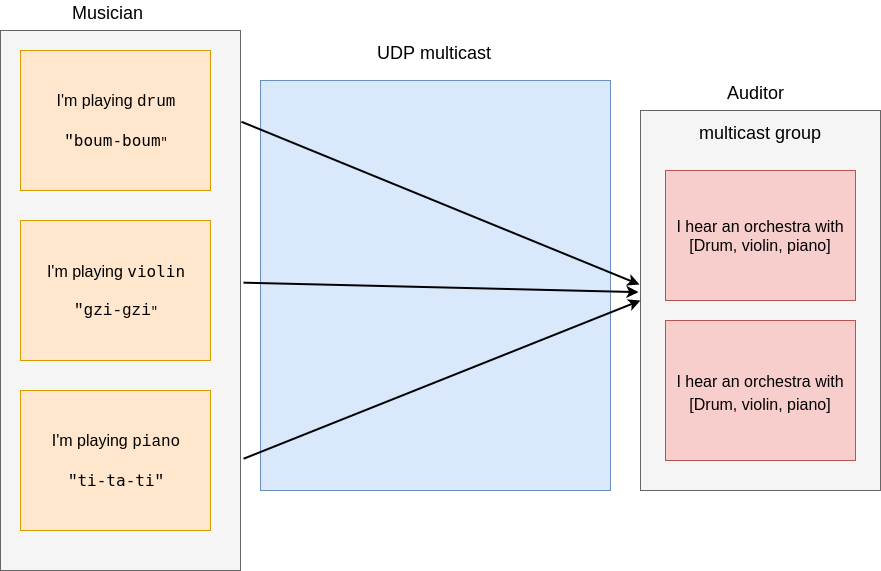
This is images/diagramme.png from Sinyks/Teaching-HEIGVD-RES-2020-Labo-Orchestra, a draw.io export, as it was before one commit. Source tidied: cells renumbered, new cells last; positions are measured from the earlier drawing's top-left corner, leaving out a move shared by most shapes.
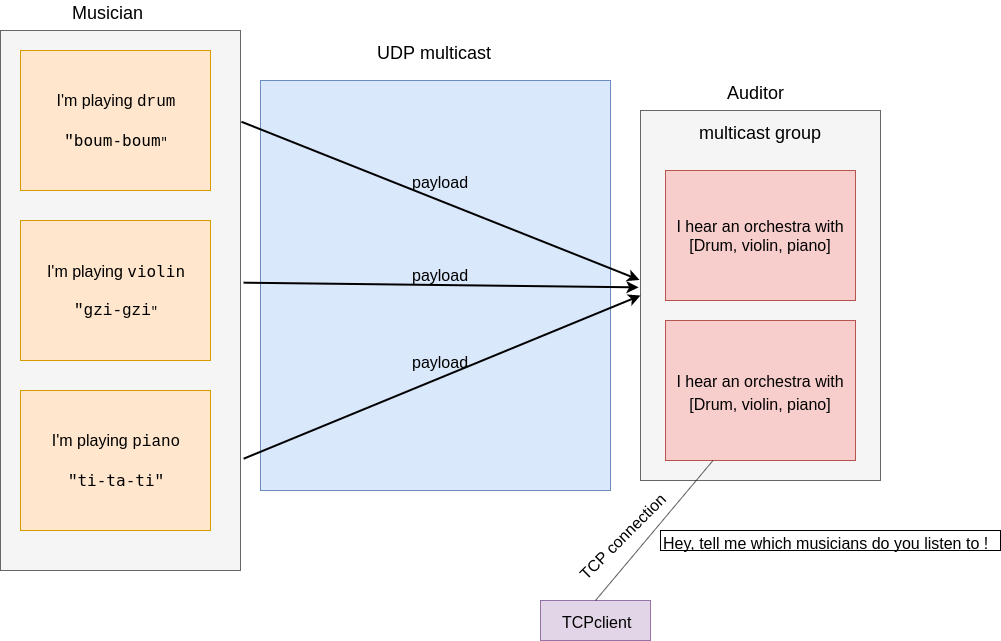
Above is the later version.

What changed in the source:
```diff
@@ -2,11 +2,14 @@
   <root>
     <mxCell id="0" />
     <mxCell id="1" parent="0" />
+    <mxCell id="17" style="rounded=0;whiteSpace=wrap;html=1;fontSize=16;fillColor=#e1d5e7;strokeColor=#9673a6;" parent="1" vertex="1">
+      <mxGeometry x="540" y="600" width="110" height="40" as="geometry" />
+    </mxCell>
     <mxCell id="2" style="rounded=0;whiteSpace=wrap;html=1;fontSize=18;align=center;fillColor=#dae8fc;strokeColor=#6c8ebf;" parent="1" vertex="1">
       <mxGeometry x="260" y="80" width="350" height="410" as="geometry" />
     </mxCell>
     <mxCell id="3" style="rounded=0;whiteSpace=wrap;html=1;fontSize=18;fillColor=#f5f5f5;strokeColor=#666666;fontColor=#333333;" parent="1" vertex="1">
-      <mxGeometry x="640" y="110" width="240" height="380" as="geometry" />
+      <mxGeometry x="640" y="110" width="240" height="370" as="geometry" />
     </mxCell>
     <mxCell id="4" style="rounded=0;whiteSpace=wrap;html=1;fontSize=18;fillColor=#f5f5f5;strokeColor=#666666;fontColor=#333333;" parent="1" vertex="1">
       <mxGeometry y="30" width="240" height="540" as="geometry" />
@@ -47,5 +50,26 @@
     <mxCell id="16" value="&lt;span style=&quot;text-align: center&quot;&gt;Auditor&lt;/span&gt;" style="text;html=1;align=left;verticalAlign=top;spacingTop=-4;fontSize=18;" parent="1" vertex="1">
       <mxGeometry x="725" y="80" width="70" height="20" as="geometry" />
     </mxCell>
+    <mxCell id="18" value="&lt;font style=&quot;font-size: 16px;&quot;&gt;payload&lt;/font&gt;" style="text;html=1;align=left;verticalAlign=top;spacingTop=-4;rotation=0;fontSize=16;" parent="1" vertex="1">
+      <mxGeometry x="410" y="170" width="60" height="20" as="geometry" />
+    </mxCell>
+    <mxCell id="19" value="&lt;font style=&quot;font-size: 16px;&quot;&gt;payload&lt;/font&gt;" style="text;html=1;align=left;verticalAlign=top;spacingTop=-4;rotation=0;fontSize=16;" parent="1" vertex="1">
+      <mxGeometry x="410" y="263" width="60" height="20" as="geometry" />
+    </mxCell>
+    <mxCell id="20" value="&lt;font style=&quot;font-size: 16px;&quot;&gt;payload&lt;/font&gt;" style="text;html=1;align=left;verticalAlign=top;spacingTop=-4;rotation=0;fontSize=16;" parent="1" vertex="1">
+      <mxGeometry x="410" y="350" width="60" height="20" as="geometry" />
+    </mxCell>
+    <mxCell id="21" value="TCPclient" style="text;html=1;align=left;verticalAlign=top;spacingTop=-4;fontSize=16;" parent="1" vertex="1">
+      <mxGeometry x="560" y="610" width="80" height="20" as="geometry" />
+    </mxCell>
+    <mxCell id="22" style="endArrow=none;html=1;fontSize=16;entryX=0.25;entryY=1;entryDx=0;entryDy=0;exitX=0.5;exitY=0;exitDx=0;exitDy=0;" parent="1" edge="1" source="17" target="8">
+      <mxGeometry relative="1" as="geometry" />
+    </mxCell>
+    <mxCell id="23" value="Hey, tell me which musicians do you listen to !" style="text;html=1;align=left;verticalAlign=top;spacingTop=-4;fontSize=16;strokeColor=#000000;" parent="1" vertex="1">
+      <mxGeometry x="660" y="530" width="340" height="20" as="geometry" />
+    </mxCell>
+    <mxCell id="24" value="TCP connection" style="text;html=1;align=left;verticalAlign=top;spacingTop=-4;fontSize=16;rotation=-45;" parent="1" vertex="1">
+      <mxGeometry x="560" y="520" width="130" height="20" as="geometry" />
+    </mxCell>
   </root>
 </mxGraphModel>
```
